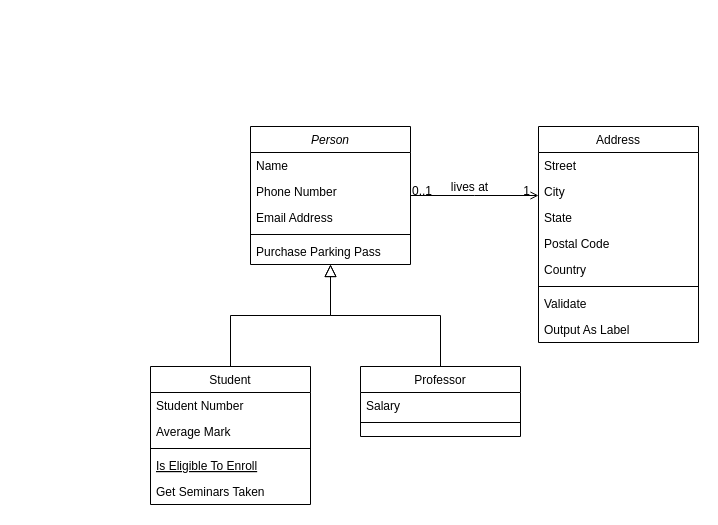
laogong5i0/app.diagrams keeps this draw.io diagram as designable.drawio. Above is the earlier version. Source tidied: cells renumbered, new cells numbered last; positions are measured from the earlier drawing's top-left corner, leaving out a move shared by most shapes. Both pictures are drawn from the tidied source at 100%, with x=0, y=0 at pixel (150, 126).
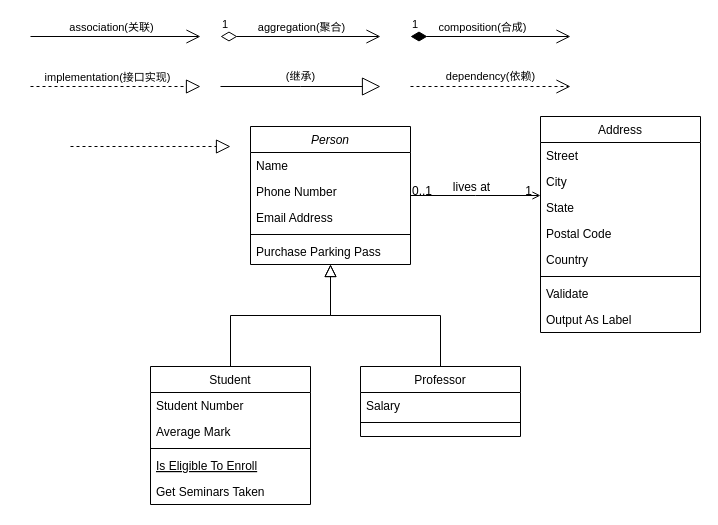
The same diagram, later.

Change to the diagram source:
```diff
@@
     <mxCell id="19" value="Address" style="swimlane;fontStyle=0;align=center;verticalAlign=top;horizontal=1;startSize=26;rounded=0;shadow=0;strokeWidth=1;" parent="1" vertex="1">
-      <mxGeometry x="388" width="160" height="216" as="geometry" />
+      <mxGeometry x="390" y="-10" width="160" height="216" as="geometry" />
     </mxCell>
@@
+    <mxCell id="32" style="endArrow=block;dashed=1;endFill=0;endSize=12;html=1;rounded=0;" parent="1" edge="1">
+      <mxGeometry relative="1" as="geometry">
+        <mxPoint x="-120" y="-40" as="sourcePoint" />
+        <mxPoint x="50" y="-40" as="targetPoint" />
+      </mxGeometry>
+    </mxCell>
+    <mxCell id="33" value="implementation(接口实现)" style="edgeLabel;html=1;align=center;verticalAlign=middle;" parent="32" vertex="1">
+      <mxGeometry x="0.2" y="1" relative="1" as="geometry">
+        <mxPoint x="-26" y="-9" as="offset" />
+      </mxGeometry>
+    </mxCell>
+    <mxCell id="34" value="(继承)" style="endArrow=block;endSize=16;endFill=0;html=1;rounded=0;" parent="1" edge="1">
+      <mxGeometry y="10" relative="1" as="geometry">
+        <mxPoint x="70" y="-40" as="sourcePoint" />
+        <mxPoint x="230" y="-40" as="targetPoint" />
+        <Array as="points">
+          <mxPoint x="150" y="-40" />
+        </Array>
+      </mxGeometry>
+    </mxCell>
+    <mxCell id="35" style="endArrow=open;endFill=1;endSize=12;html=1;rounded=0;" parent="1" edge="1">
+      <mxGeometry relative="1" as="geometry">
+        <mxPoint x="-120" y="-90" as="sourcePoint" />
+        <mxPoint x="50" y="-90" as="targetPoint" />
+      </mxGeometry>
+    </mxCell>
+    <mxCell id="36" value="association(关联)" style="edgeLabel;html=1;align=center;verticalAlign=middle;" parent="35" vertex="1">
+      <mxGeometry x="-0.16" y="-1" relative="1" as="geometry">
+        <mxPoint x="9" y="-11" as="offset" />
+      </mxGeometry>
+    </mxCell>
+    <mxCell id="37" value="1" style="endArrow=open;html=1;endSize=12;startArrow=diamondThin;startSize=14;startFill=1;edgeStyle=orthogonalEdgeStyle;align=left;verticalAlign=bottom;rounded=0;" parent="1" edge="1">
+      <mxGeometry x="-1" y="3" relative="1" as="geometry">
+        <mxPoint x="260" y="-90" as="sourcePoint" />
+        <mxPoint x="420" y="-90" as="targetPoint" />
+      </mxGeometry>
+    </mxCell>
+    <mxCell id="38" value="composition(合成)" style="edgeLabel;html=1;align=center;verticalAlign=middle;" parent="37" vertex="1">
+      <mxGeometry x="-0.11" relative="1" as="geometry">
+        <mxPoint y="-10" as="offset" />
+      </mxGeometry>
+    </mxCell>
+    <mxCell id="39" value="1" style="endArrow=open;html=1;endSize=12;startArrow=diamondThin;startSize=14;startFill=0;edgeStyle=orthogonalEdgeStyle;align=left;verticalAlign=bottom;rounded=0;" parent="1" edge="1">
+      <mxGeometry x="-1" y="3" relative="1" as="geometry">
+        <mxPoint x="70" y="-90" as="sourcePoint" />
+        <mxPoint x="230" y="-90" as="targetPoint" />
+      </mxGeometry>
+    </mxCell>
+    <mxCell id="40" value="aggregation(聚合)" style="edgeLabel;html=1;align=center;verticalAlign=middle;" parent="39" vertex="1">
+      <mxGeometry x="0.2" y="-3" relative="1" as="geometry">
+        <mxPoint x="-16" y="-13" as="offset" />
+      </mxGeometry>
+    </mxCell>
+    <mxCell id="41" style="endArrow=block;dashed=1;endFill=0;endSize=12;html=1;rounded=0;" parent="1" edge="1">
+      <mxGeometry relative="1" as="geometry">
+        <mxPoint x="-80" y="20" as="sourcePoint" />
+        <mxPoint x="80" y="20" as="targetPoint" />
+      </mxGeometry>
+    </mxCell>
+    <mxCell id="42" value="dependency(依赖)" style="endArrow=open;endSize=12;dashed=1;html=1;rounded=0;" parent="1" edge="1">
+      <mxGeometry y="10" relative="1" as="geometry">
+        <mxPoint x="260" y="-40" as="sourcePoint" />
+        <mxPoint x="420" y="-40" as="targetPoint" />
+      </mxGeometry>
+    </mxCell>
```
